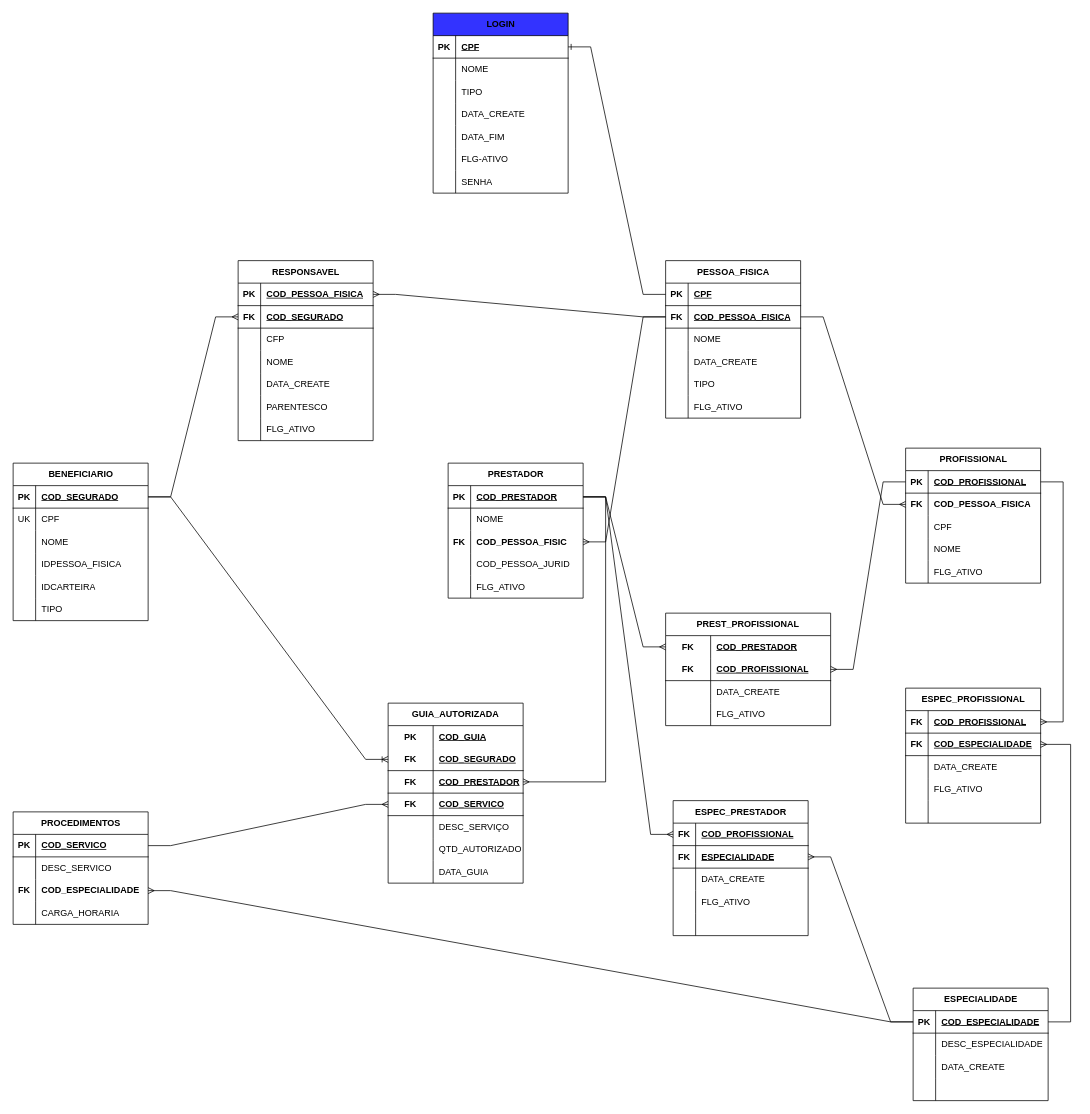
hugocesar975/Todos keeps this draw.io diagram as APP-TEA02.drawio. Above is the earlier version. Source tidied: cells renumbered, new cells numbered last; positions are measured from the earlier drawing's top-left corner, leaving out a move shared by most shapes. Both pictures are drawn from the tidied source at 75%, with x=0, y=0 at pixel (13, 13).
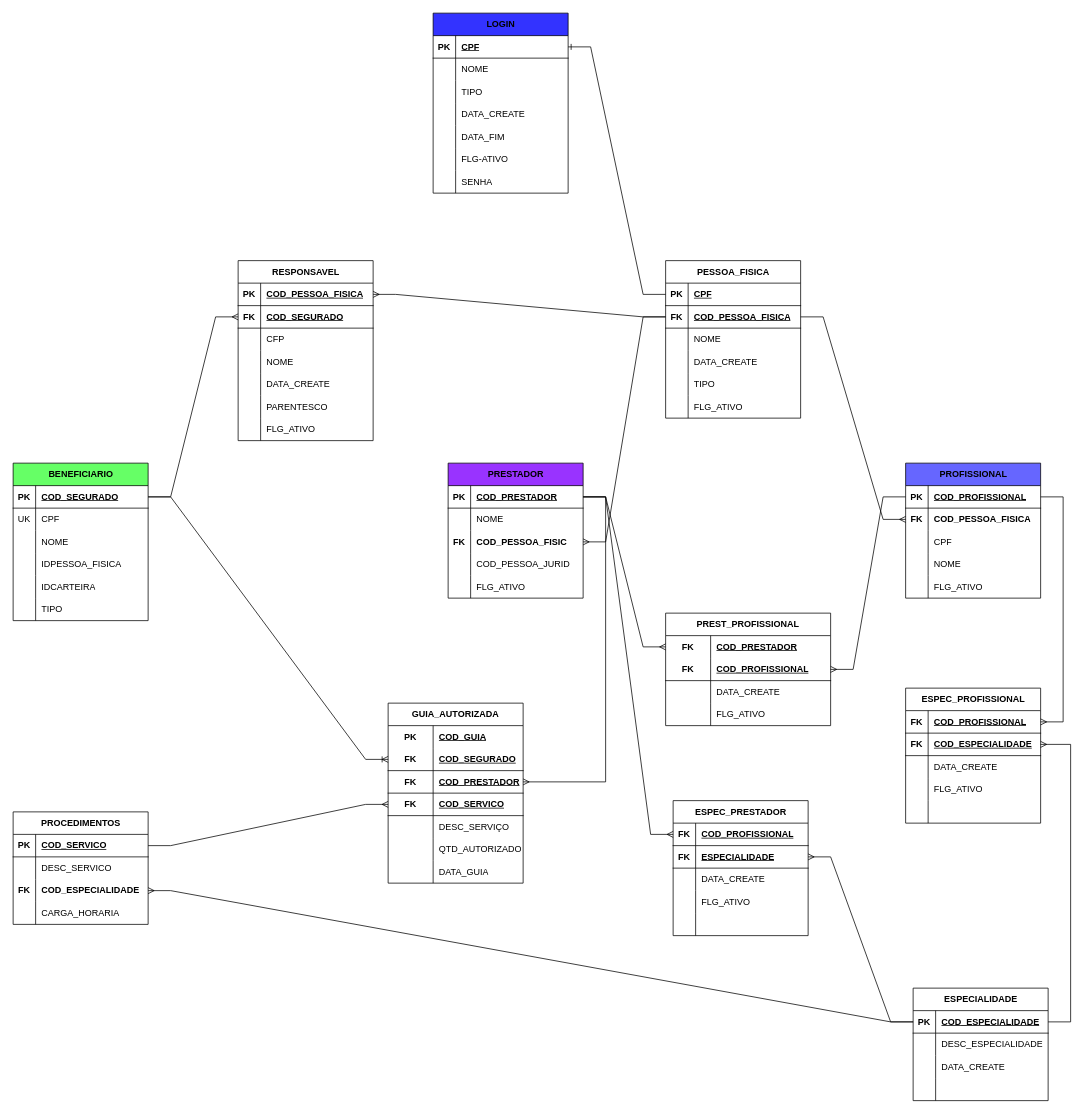
After the change.

The edit, as a diff of the source:
```diff
@@
-    <mxCell id="3" value="BENEFICIARIO" style="shape=table;startSize=30;childLayout=tableLayout;rowLines=0;fontStyle=1;align=center;html=1;" parent="1" vertex="1">
+    <mxCell id="3" value="BENEFICIARIO" style="shape=table;startSize=30;childLayout=tableLayout;rowLines=0;fontStyle=1;align=center;html=1;fillColor=#66FF66;" parent="1" vertex="1">
       <mxGeometry y="600" width="180" height="210" as="geometry" />
     </mxCell>
@@
-    <mxCell id="45" value="PRESTADOR" style="shape=table;startSize=30;childLayout=tableLayout;rowLines=0;fontStyle=1;align=center;html=1;" parent="1" vertex="1">
+    <mxCell id="45" value="PRESTADOR" style="shape=table;startSize=30;childLayout=tableLayout;rowLines=0;fontStyle=1;align=center;html=1;fillColor=#9933FF;" parent="1" vertex="1">
       <mxGeometry x="580" y="600" width="180" height="180" as="geometry" />
     </mxCell>
@@
-    <mxCell id="61" value="PROFISSIONAL" style="shape=table;startSize=30;childLayout=tableLayout;rowLines=0;fontStyle=1;align=center;html=1;" parent="1" vertex="1">
-      <mxGeometry x="1190" y="580" width="180" height="180" as="geometry" />
+    <mxCell id="61" value="PROFISSIONAL" style="shape=table;startSize=30;childLayout=tableLayout;rowLines=0;fontStyle=1;align=center;html=1;fillColor=#6666FF;" parent="1" vertex="1">
+      <mxGeometry x="1190" y="600" width="180" height="180" as="geometry" />
     </mxCell>
```
